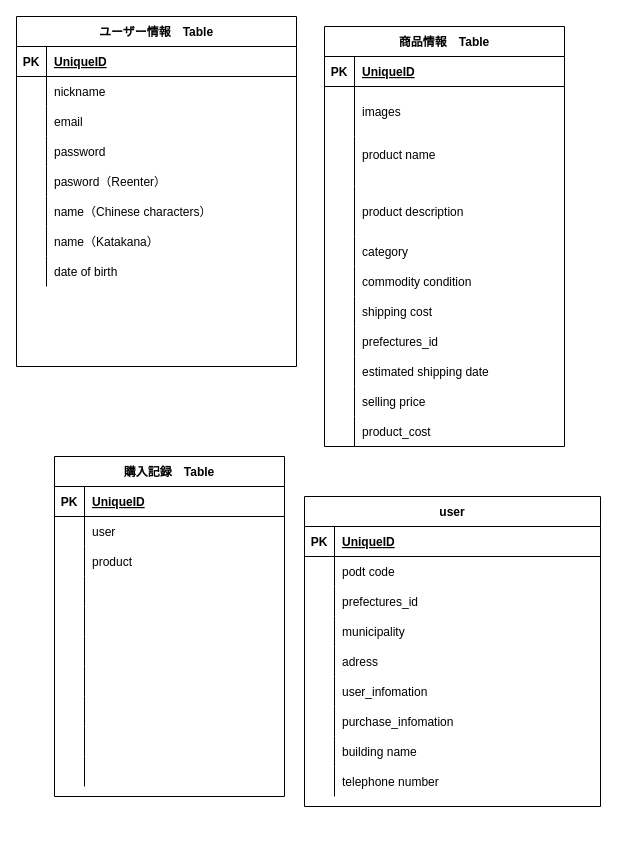
Earlier version of the draw.io diagram app/views/furima.dio (mwyaa7/furima-39056). Source tidied: cells renumbered, new cells numbered last; positions are measured from the earlier drawing's top-left corner, leaving out a move shared by most shapes. Both pictures are drawn from the tidied source at 100%, with x=0, y=0 at pixel (16, 16).
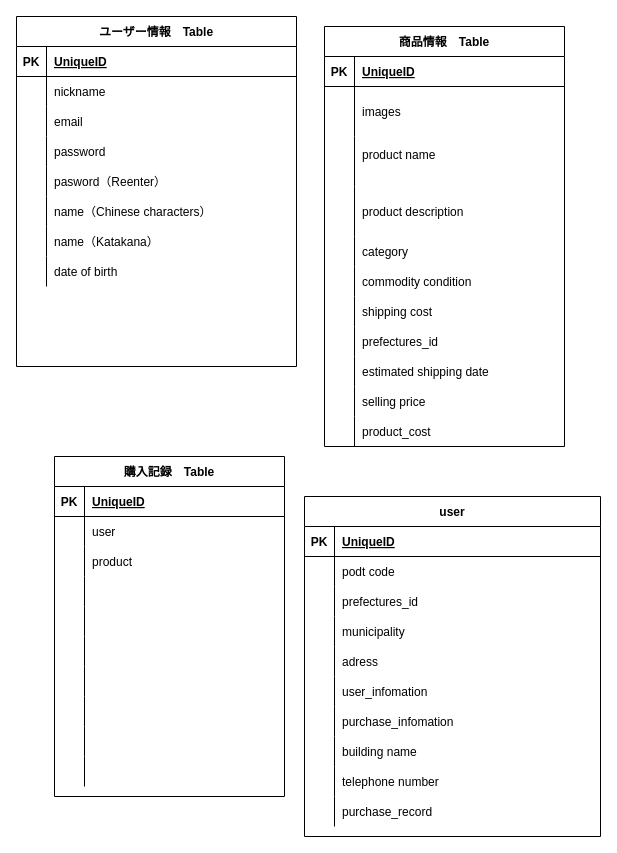
The same diagram, later.

The edit, as a diff of the source:
```diff
@@
     <mxCell id="92" value="user" style="shape=table;startSize=30;childLayout=tableLayout;rowLines=0;fontStyle=1;align=center;" parent="1" vertex="1">
-      <mxGeometry x="288" y="480" width="296" height="310" as="geometry" />
+      <mxGeometry x="288" y="480" width="296" height="340" as="geometry" />
     </mxCell>
@@
+    <mxCell id="120" style="shape=tableRow;horizontal=0;startSize=0;swimlaneHead=0;swimlaneBody=0;fillColor=none;top=0;left=0;right=0;bottom=0;" parent="92" vertex="1">
+      <mxGeometry y="300" width="296" height="30" as="geometry" />
+    </mxCell>
+    <mxCell id="121" style="shape=partialRectangle;fillColor=none;top=0;left=0;bottom=0;right=0;overflow=hidden;" parent="120" vertex="1">
+      <mxGeometry width="30" height="30" as="geometry" />
+    </mxCell>
+    <mxCell id="122" value="purchase_record" style="shape=partialRectangle;fillColor=none;top=0;left=0;bottom=0;right=0;align=left;spacingLeft=6;overflow=hidden;" parent="120" vertex="1">
+      <mxGeometry x="30" width="266" height="30" as="geometry" />
+    </mxCell>
```
